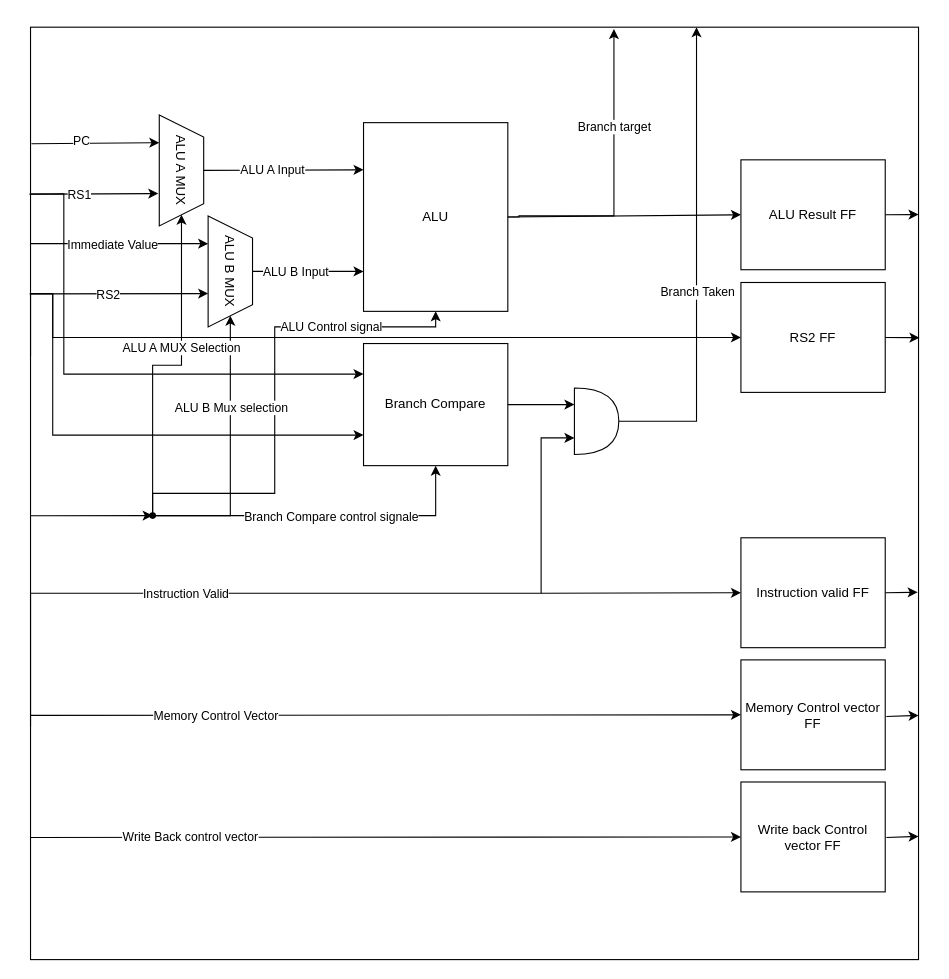
Before: page "Execute stage" (4 of 6) of cpu/doc/block diagrams/pipeline stages.drawio in bittnert/icebreaker, a draw.io diagram. Source tidied: cells renumbered, new cells numbered last; positions are measured from the earlier drawing's top-left corner, leaving out a move shared by most shapes. Both pictures are drawn from the tidied source at 111%, with x=0, y=0 at pixel (29, 27).
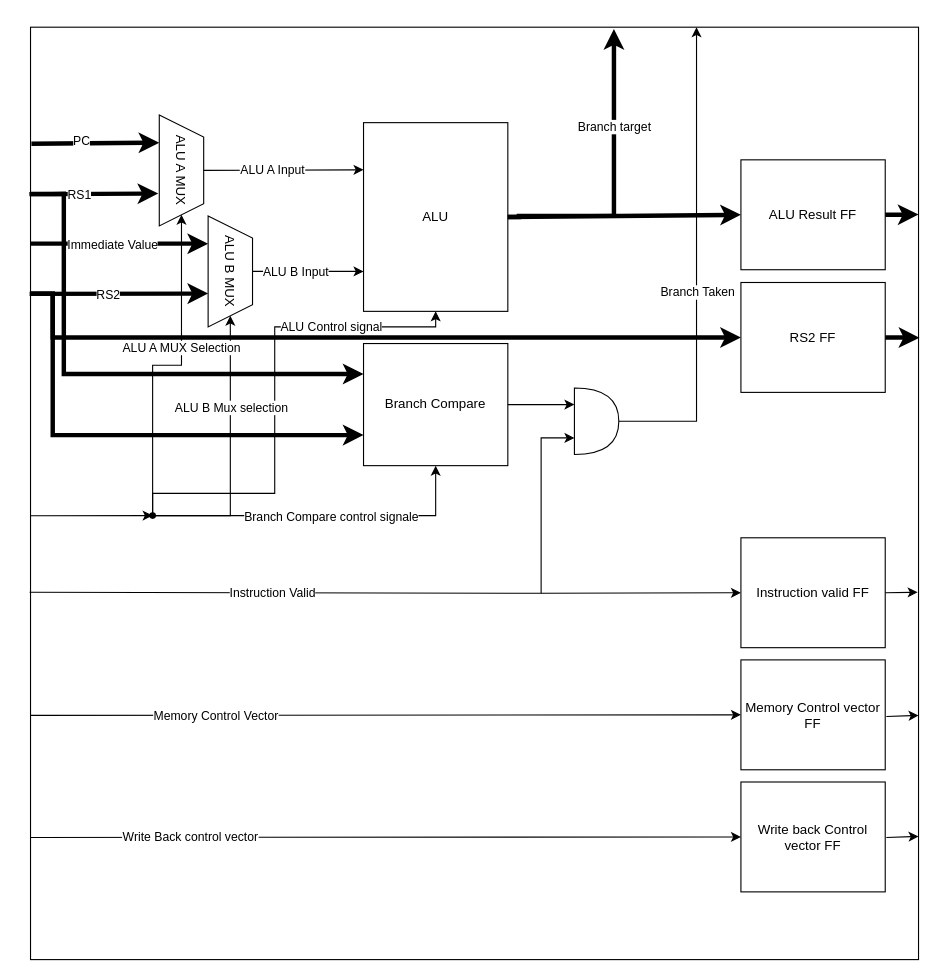
After the change.

Unchanged cells that the change refers to:
```xml
<mxCell id="2" style="rounded=0;whiteSpace=wrap;html=1;" parent="1" vertex="1">
  <mxGeometry x="1" width="800" height="840" as="geometry" />
</mxCell>
<mxCell id="3" value="ALU" style="rounded=0;whiteSpace=wrap;html=1;" parent="1" vertex="1">
  <mxGeometry x="301" y="86" width="130" height="170" as="geometry" />
</mxCell>
<mxCell id="4" value="Branch Compare" style="rounded=0;whiteSpace=wrap;html=1;" parent="1" vertex="1">
  <mxGeometry x="301" y="285" width="130" height="110" as="geometry" />
</mxCell>
<mxCell id="5" value="ALU A MUX" style="shape=trapezoid;perimeter=trapezoidPerimeter;whiteSpace=wrap;html=1;fixedSize=1;rotation=90;" parent="1" vertex="1">
  <mxGeometry x="87" y="109" width="100" height="40" as="geometry" />
</mxCell>
<mxCell id="14" value="ALU B MUX" style="shape=trapezoid;perimeter=trapezoidPerimeter;whiteSpace=wrap;html=1;fixedSize=1;rotation=90;" parent="1" vertex="1">
  <mxGeometry x="131" y="200" width="100" height="40" as="geometry" />
</mxCell>
<mxCell id="21" value="ALU Result FF" style="rounded=0;whiteSpace=wrap;html=1;" parent="1" vertex="1">
  <mxGeometry x="641" y="119.5" width="130" height="99" as="geometry" />
</mxCell>
<mxCell id="22" style="shape=or;whiteSpace=wrap;html=1;rotation=0;" parent="1" vertex="1">
  <mxGeometry x="491" y="325" width="40" height="60" as="geometry" />
</mxCell>
<mxCell id="53" value="RS2 FF" style="rounded=0;whiteSpace=wrap;html=1;" parent="1" vertex="1">
  <mxGeometry x="641" y="230" width="130" height="99" as="geometry" />
</mxCell>
```

Change to the diagram source:
```diff
@@
-    <mxCell id="8" style="endArrow=classic;html=1;rounded=0;entryX=0.25;entryY=1;entryDx=0;entryDy=0;exitX=0.001;exitY=0.125;exitDx=0;exitDy=0;exitPerimeter=0;" parent="1" edge="1" source="2" target="5">
+    <mxCell id="8" style="endArrow=classic;html=1;rounded=0;entryX=0.25;entryY=1;entryDx=0;entryDy=0;exitX=0.001;exitY=0.125;exitDx=0;exitDy=0;exitPerimeter=0;strokeWidth=4;" parent="1" edge="1" source="2" target="5">
       <mxGeometry relative="1" as="geometry" />
     </mxCell>
@@
-    <mxCell id="10" style="endArrow=classic;html=1;rounded=0;exitX=0;exitY=0.179;exitDx=0;exitDy=0;exitPerimeter=0;entryX=0.709;entryY=1.023;entryDx=0;entryDy=0;entryPerimeter=0;edgeStyle=orthogonalEdgeStyle;" parent="1" edge="1" source="2" target="5">
+    <mxCell id="10" style="endArrow=classic;html=1;rounded=0;exitX=0;exitY=0.179;exitDx=0;exitDy=0;exitPerimeter=0;entryX=0.709;entryY=1.023;entryDx=0;entryDy=0;entryPerimeter=0;edgeStyle=orthogonalEdgeStyle;strokeWidth=4;" parent="1" edge="1" source="2" target="5">
       <mxGeometry relative="1" as="geometry">
         <Array as="points">
           <mxPoint x="21" y="150" />
           <mxPoint x="21" y="149" />
         </Array>
       </mxGeometry>
     </mxCell>
@@
-    <mxCell id="12" style="endArrow=classic;html=1;rounded=0;entryX=0.25;entryY=1;entryDx=0;entryDy=0;" parent="1" edge="1" target="14">
+    <mxCell id="12" style="endArrow=classic;html=1;rounded=0;entryX=0.25;entryY=1;entryDx=0;entryDy=0;strokeWidth=4;" parent="1" edge="1" target="14">
       <mxGeometry relative="1" as="geometry">
         <mxPoint x="1" y="195" as="sourcePoint" />
       </mxGeometry>
     </mxCell>
@@
-    <mxCell id="15" style="endArrow=classic;html=1;rounded=0;exitX=-0.001;exitY=0.286;exitDx=0;exitDy=0;exitPerimeter=0;" parent="1" edge="1" source="2">
+    <mxCell id="15" style="endArrow=classic;html=1;rounded=0;exitX=-0.001;exitY=0.286;exitDx=0;exitDy=0;exitPerimeter=0;strokeWidth=4;" parent="1" edge="1" source="2">
       <mxGeometry relative="1" as="geometry">
         <mxPoint x="161" y="240" as="targetPoint" />
       </mxGeometry>
     </mxCell>
@@
-    <mxCell id="19" style="endArrow=classic;html=1;rounded=0;entryX=0;entryY=0.25;entryDx=0;entryDy=0;exitX=0;exitY=0.179;exitDx=0;exitDy=0;exitPerimeter=0;edgeStyle=orthogonalEdgeStyle;" parent="1" edge="1" source="2" target="4">
+    <mxCell id="19" style="endArrow=classic;html=1;rounded=0;entryX=0;entryY=0.25;entryDx=0;entryDy=0;exitX=0;exitY=0.179;exitDx=0;exitDy=0;exitPerimeter=0;edgeStyle=orthogonalEdgeStyle;strokeWidth=4;" parent="1" edge="1" source="2" target="4">
       <mxGeometry relative="1" as="geometry">
         <Array as="points">
           <mxPoint y="150" />
           <mxPoint x="31" y="150" />
           <mxPoint x="31" y="313" />
         </Array>
       </mxGeometry>
     </mxCell>
-    <mxCell id="20" style="endArrow=classic;html=1;rounded=0;entryX=0;entryY=0.75;entryDx=0;entryDy=0;exitX=0;exitY=0.353;exitDx=0;exitDy=0;exitPerimeter=0;edgeStyle=orthogonalEdgeStyle;" parent="1" edge="1" source="2" target="4">
+    <mxCell id="20" style="endArrow=classic;html=1;rounded=0;entryX=0;entryY=0.75;entryDx=0;entryDy=0;edgeStyle=orthogonalEdgeStyle;strokeWidth=4;" parent="1" edge="1" target="4">
       <mxGeometry relative="1" as="geometry">
+        <mxPoint x="1" y="240" as="sourcePoint" />
         <Array as="points">
           <mxPoint x="21" y="240" />
           <mxPoint x="21" y="368" />
         </Array>
       </mxGeometry>
     </mxCell>
@@
-    <mxCell id="24" style="endArrow=classic;html=1;rounded=0;entryX=0;entryY=0.75;entryDx=0;entryDy=0;entryPerimeter=0;exitX=0;exitY=0.75;exitDx=0;exitDy=0;edgeStyle=orthogonalEdgeStyle;" parent="1" edge="1" source="2" target="22">
+    <mxCell id="24" style="endArrow=classic;html=1;rounded=0;entryX=0;entryY=0.75;entryDx=0;entryDy=0;entryPerimeter=0;exitX=-0.001;exitY=0.606;exitDx=0;exitDy=0;edgeStyle=orthogonalEdgeStyle;exitPerimeter=0;" parent="1" edge="1" source="2" target="22">
       <mxGeometry relative="1" as="geometry">
         <Array as="points">
           <mxPoint x="461" y="510" />
           <mxPoint x="461" y="370" />
         </Array>
       </mxGeometry>
     </mxCell>
@@
-    <mxCell id="28" style="endArrow=classic;html=1;rounded=0;exitX=1;exitY=0.5;exitDx=0;exitDy=0;entryX=0;entryY=0.5;entryDx=0;entryDy=0;" parent="1" edge="1" source="3" target="21">
+    <mxCell id="28" style="endArrow=classic;html=1;rounded=0;exitX=1;exitY=0.5;exitDx=0;exitDy=0;entryX=0;entryY=0.5;entryDx=0;entryDy=0;strokeWidth=4;" parent="1" edge="1" source="3" target="21">
       <mxGeometry relative="1" as="geometry" />
     </mxCell>
@@
-    <mxCell id="36" style="endArrow=classic;html=1;rounded=0;entryX=0.657;entryY=0.002;entryDx=0;entryDy=0;entryPerimeter=0;exitX=1;exitY=0.5;exitDx=0;exitDy=0;edgeStyle=orthogonalEdgeStyle;" parent="1" edge="1" source="3" target="2">
+    <mxCell id="36" style="endArrow=classic;html=1;rounded=0;entryX=0.657;entryY=0.002;entryDx=0;entryDy=0;entryPerimeter=0;exitX=1;exitY=0.5;exitDx=0;exitDy=0;edgeStyle=orthogonalEdgeStyle;strokeWidth=4;" parent="1" edge="1" source="3" target="2">
       <mxGeometry relative="1" as="geometry">
         <Array as="points">
           <mxPoint x="441" y="171" />
           <mxPoint x="527" y="170" />
         </Array>
       </mxGeometry>
     </mxCell>
@@
-    <mxCell id="49" style="endArrow=classic;html=1;rounded=0;exitX=1;exitY=0.5;exitDx=0;exitDy=0;entryX=1;entryY=0.201;entryDx=0;entryDy=0;entryPerimeter=0;" parent="1" edge="1" source="21" target="2">
+    <mxCell id="49" style="endArrow=classic;html=1;rounded=0;exitX=1;exitY=0.5;exitDx=0;exitDy=0;entryX=1;entryY=0.201;entryDx=0;entryDy=0;entryPerimeter=0;strokeWidth=4;" parent="1" edge="1" source="21" target="2">
       <mxGeometry relative="1" as="geometry" />
     </mxCell>
@@
-    <mxCell id="54" style="endArrow=classic;html=1;rounded=0;entryX=0;entryY=0.5;entryDx=0;entryDy=0;edgeStyle=orthogonalEdgeStyle;" parent="1" edge="1" target="53">
+    <mxCell id="54" style="endArrow=classic;html=1;rounded=0;entryX=0;entryY=0.5;entryDx=0;entryDy=0;edgeStyle=orthogonalEdgeStyle;strokeWidth=4;" parent="1" edge="1" target="53">
       <mxGeometry relative="1" as="geometry">
         <mxPoint x="1" y="240" as="sourcePoint" />
         <Array as="points">
           <mxPoint x="21" y="240" />
           <mxPoint x="21" y="280" />
         </Array>
       </mxGeometry>
     </mxCell>
-    <mxCell id="55" style="endArrow=classic;html=1;rounded=0;exitX=1;exitY=0.5;exitDx=0;exitDy=0;entryX=1.001;entryY=0.333;entryDx=0;entryDy=0;entryPerimeter=0;" parent="1" edge="1" source="53" target="2">
+    <mxCell id="55" style="endArrow=classic;html=1;rounded=0;exitX=1;exitY=0.5;exitDx=0;exitDy=0;entryX=1.001;entryY=0.333;entryDx=0;entryDy=0;entryPerimeter=0;strokeWidth=4;" parent="1" edge="1" source="53" target="2">
       <mxGeometry relative="1" as="geometry" />
     </mxCell>
```
